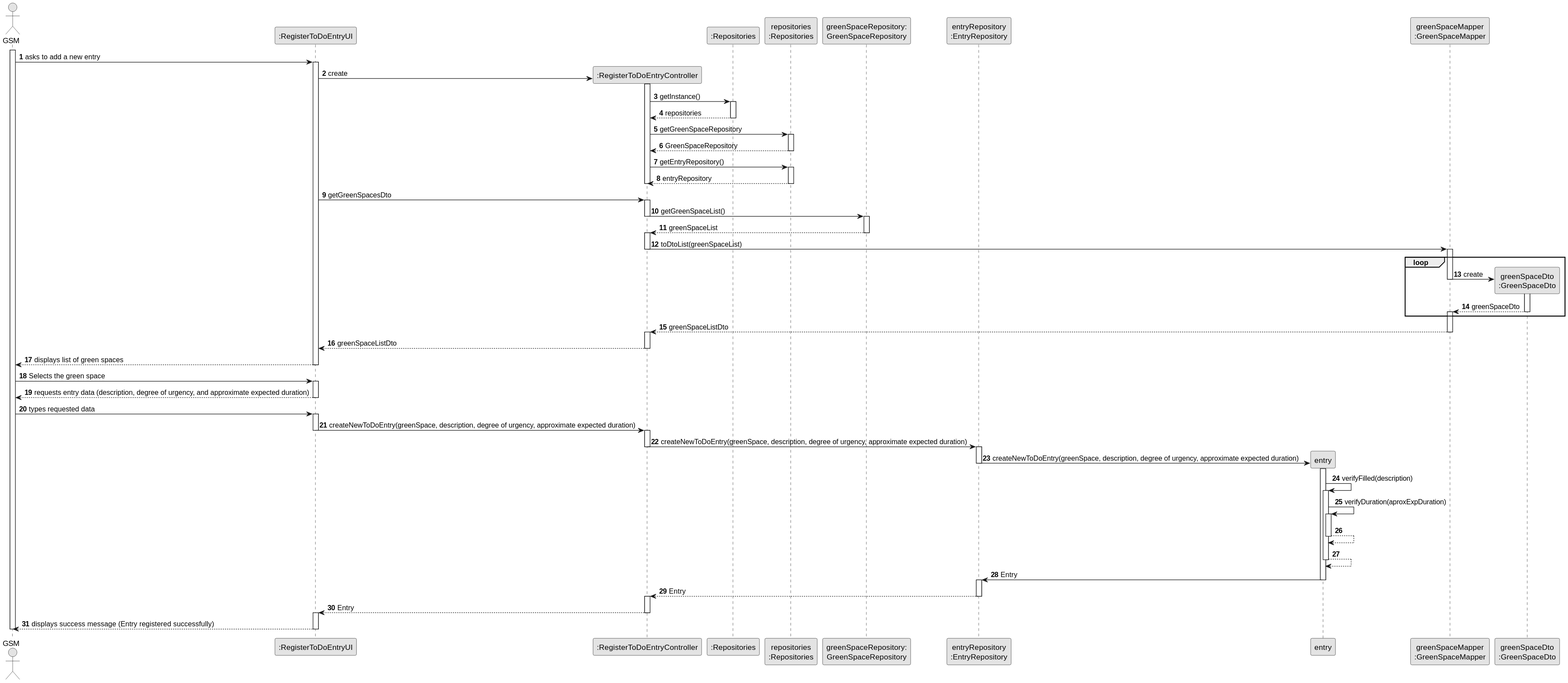
Before: docs/sprintC/us021/03.design/svg/us021-sequence-diagram-full.svg, a diagram exported from PlantUML (ricardomm7/leaflink).
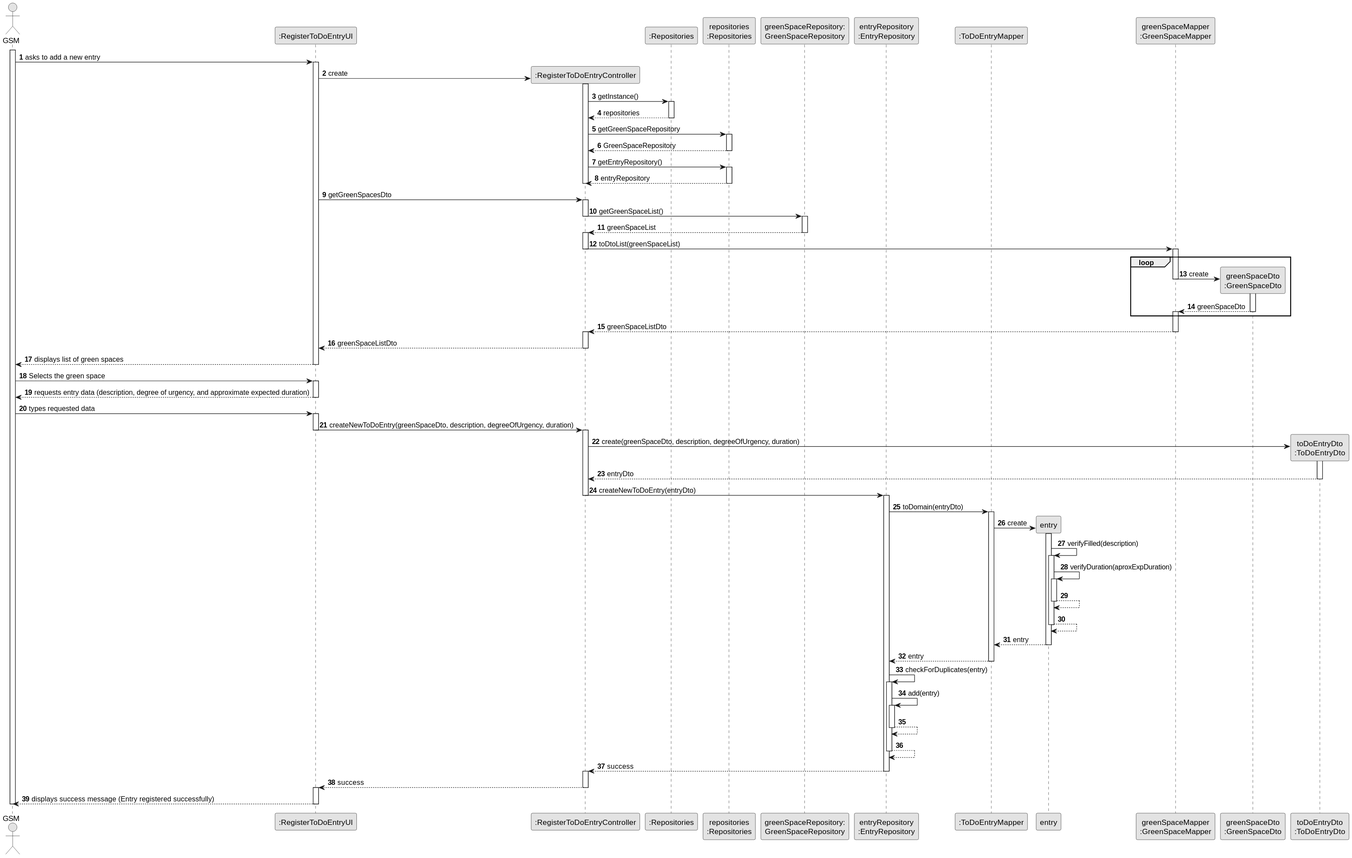
Above is the later version.

Diff of the diagram source:
```diff
@@ -13,9 +13,12 @@
 participant "repositories\n:Repositories" as PLAT
 participant "greenSpaceRepository:\nGreenSpaceRepository" as GreenSpaceRepository
 participant "entryRepository\n:EntryRepository" as EntryRep
+participant ":ToDoEntryMapper" as ToDoEntryMapper
+
 participant "entry" as Entry
 participant "greenSpaceMapper\n:GreenSpaceMapper" as GreenSpaceMapper
 participant "greenSpaceDto\n:GreenSpaceDto" as GreenSpaceDTO
+participant "toDoEntryDto\n:ToDoEntryDto" as ToDoEntryDto
 
 activate GSM
 
@@ -97,19 +100,28 @@
         GSM -> UI : types requested data
         activate UI
 
-        UI -> CTRL : createNewToDoEntry(greenSpace, description, degree of urgency, approximate expected duration)
+        UI -> CTRL : createNewToDoEntry(greenSpaceDto, description, degreeOfUrgency, duration)
         deactivate UI
         activate CTRL
 
-        CTRL -> EntryRep : createNewToDoEntry(greenSpace, description, degree of urgency, approximate expected duration)
+CTRL -> ToDoEntryDto** : create(greenSpaceDto, description, degreeOfUrgency, duration)
+activate ToDoEntryDto
+ToDoEntryDto --> CTRL : entryDto
+deactivate ToDoEntryDto
+
+        CTRL -> EntryRep : createNewToDoEntry(entryDto)
         deactivate CTRL
         activate EntryRep
 
-        EntryRep -> Entry** : createNewToDoEntry(greenSpace, description, degree of urgency, approximate expected duration)
-        deactivate EntryRep
-        activate Entry
 
-        Entry -> Entry : verifyFilled(description)
+
+EntryRep -> ToDoEntryMapper : toDomain(entryDto)
+activate ToDoEntryMapper
+
+ToDoEntryMapper -> Entry** : create
+
+activate Entry
+Entry -> Entry : verifyFilled(description)
         activate Entry
 
         Entry -> Entry : verifyDuration(aproxExpDuration)
@@ -121,15 +133,28 @@
         Entry --> Entry
         deactivate Entry
 
-        Entry -> EntryRep : Entry
-        deactivate Entry
-        activate EntryRep
+Entry --> ToDoEntryMapper : entry
+deactivate Entry
 
-        EntryRep --> CTRL : Entry
+       ToDoEntryMapper -->EntryRep : entry
+       deactivate ToDoEntryMapper
+
+       EntryRep -> EntryRep : checkForDuplicates(entry)
+       activate EntryRep
+       EntryRep->EntryRep : add(entry)
+       activate EntryRep
+       EntryRep--> EntryRep
+       deactivate EntryRep
+         EntryRep--> EntryRep
+              deactivate EntryRep
+
+
+
+        EntryRep --> CTRL : success
         deactivate EntryRep
         activate CTRL
 
-        CTRL --> UI : Entry
+        CTRL --> UI : success
         deactivate CTRL
         activate UI
 
```
